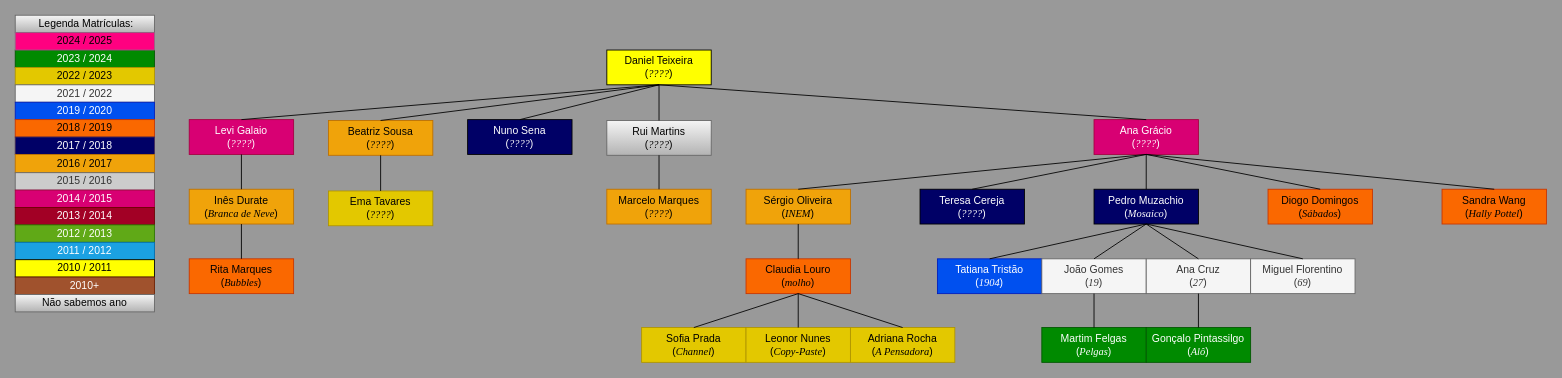
The draw.io diagram Draw.io/Familia_do_Daniel_Teixeira.drawio in pdmtmr/PDMTMRTESTLOCATION-AKA-ARBUSTO, before the edit. Source tidied: cells renumbered, new cells numbered last; positions are measured from the earlier drawing's top-left corner, leaving out a move shared by most shapes. Both pictures are drawn from the tidied source at 87%, with x=0, y=0 at pixel (15, 15).
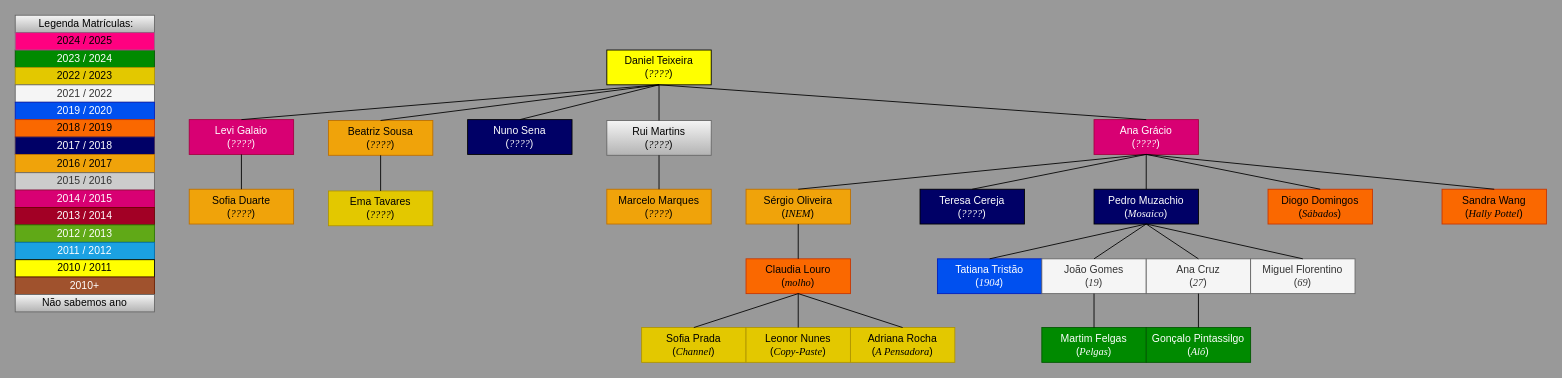
Above is the later version.

The edit, as a diff of the source:
```diff
@@
-    <mxCell id="5" value="&lt;div&gt;&lt;span style=&quot;background-color: initial;&quot;&gt;Inês Durate&lt;/span&gt;&lt;/div&gt;&lt;div&gt;&lt;span style=&quot;background-color: initial;&quot;&gt;(&lt;font face=&quot;Times New Roman&quot;&gt;&lt;i&gt;Branca de Neve&lt;/i&gt;&lt;/font&gt;&lt;/span&gt;&lt;span style=&quot;background-color: initial;&quot;&gt;)&lt;/span&gt;&lt;/div&gt;" style="rounded=0;whiteSpace=wrap;html=1;fillColor=#f0a30a;fontColor=#000000;strokeColor=#BD7000;" parent="1" vertex="1">
+    <mxCell id="5" value="&lt;div&gt;Sofia Duarte&lt;/div&gt;&lt;div&gt;&lt;span style=&quot;background-color: initial;&quot;&gt;(&lt;font face=&quot;Times New Roman&quot;&gt;&lt;i&gt;????&lt;/i&gt;&lt;/font&gt;&lt;/span&gt;&lt;span style=&quot;background-color: initial;&quot;&gt;)&lt;/span&gt;&lt;/div&gt;" style="rounded=0;whiteSpace=wrap;html=1;fillColor=#f0a30a;fontColor=#000000;strokeColor=#BD7000;" parent="1" vertex="1">
       <mxGeometry x="200" y="200" width="120" height="40" as="geometry" />
     </mxCell>
-    <mxCell id="6" value="&lt;div&gt;Rita Marques&lt;/div&gt;&lt;div&gt;&lt;span style=&quot;background-color: initial;&quot;&gt;(&lt;font face=&quot;Times New Roman&quot;&gt;&lt;i&gt;Bubbles&lt;/i&gt;&lt;/font&gt;&lt;/span&gt;&lt;span style=&quot;background-color: initial;&quot;&gt;)&lt;/span&gt;&lt;/div&gt;" style="rounded=0;whiteSpace=wrap;html=1;fillColor=#fa6800;fontColor=#000000;strokeColor=#C73500;" parent="1" vertex="1">
-      <mxGeometry x="200" y="280" width="120" height="40" as="geometry" />
-    </mxCell>
-    <mxCell id="7" style="endArrow=none;html=1;rounded=0;exitX=0.5;exitY=0;exitDx=0;exitDy=0;entryX=0.5;entryY=1;entryDx=0;entryDy=0;" parent="1" edge="1" source="6" target="5">
-      <mxGeometry relative="1" as="geometry" />
-    </mxCell>
```
